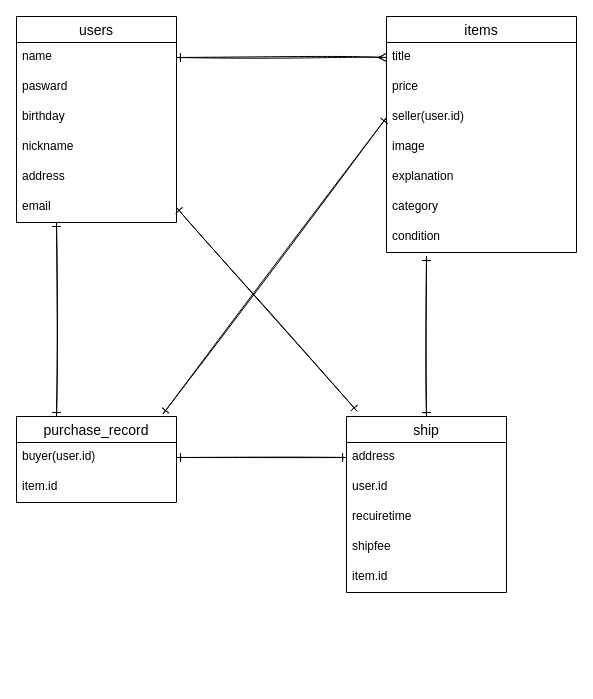
Earlier version of the draw.io diagram furima.dio (unitoro0903/furima-40427). Source tidied: cells renumbered, new cells numbered last; positions are measured from the earlier drawing's top-left corner, leaving out a move shared by most shapes. Both pictures are drawn from the tidied source at 100%, with x=0, y=0 at pixel (16, 16).
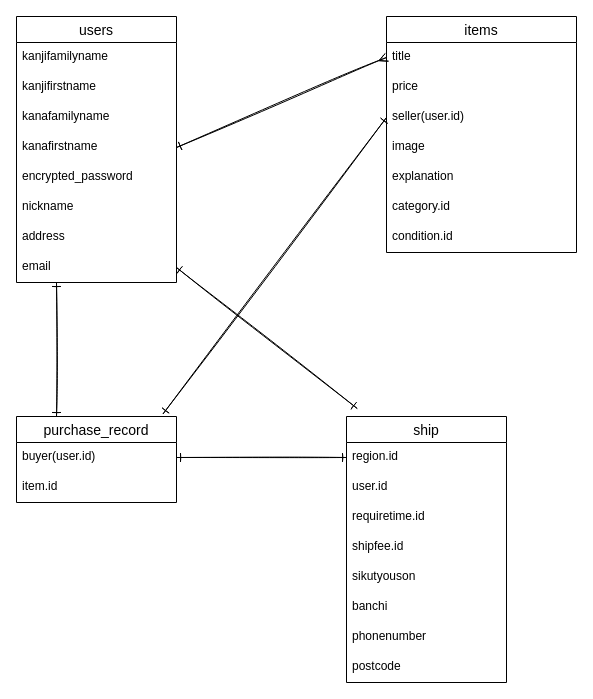
The same diagram, later.

The change refers to these unchanged cells:
```xml
<mxCell id="9" value="items" style="swimlane;fontStyle=0;horizontal=1;startSize=26;align=center;fontSize=14;strokeColor=default;" parent="1" vertex="1">
  <mxGeometry x="370" width="190" height="236" as="geometry" />
</mxCell>
```

What changed in the source:
```diff
@@
     <mxCell id="2" value="users" style="swimlane;fontStyle=0;horizontal=1;startSize=26;align=center;fontSize=14;strokeColor=default;" parent="1" vertex="1">
-      <mxGeometry width="160" height="206" as="geometry" />
+      <mxGeometry width="160" height="266" as="geometry" />
     </mxCell>
+    <mxCell id="32" value="kanjifamilyname" style="text;strokeColor=none;fillColor=none;spacingLeft=4;spacingRight=4;overflow=hidden;fontSize=12;" parent="2" vertex="1">
+      <mxGeometry y="26" width="160" height="30" as="geometry" />
+    </mxCell>
+    <mxCell id="33" value="kanjifirstname" style="text;strokeColor=none;fillColor=none;spacingLeft=4;spacingRight=4;overflow=hidden;fontSize=12;" parent="2" vertex="1">
+      <mxGeometry y="56" width="160" height="30" as="geometry" />
+    </mxCell>
+    <mxCell id="34" value="kanafamilyname" style="text;strokeColor=none;fillColor=none;spacingLeft=4;spacingRight=4;overflow=hidden;fontSize=12;" parent="2" vertex="1">
+      <mxGeometry y="86" width="160" height="30" as="geometry" />
+    </mxCell>
-    <mxCell id="3" value="name" style="text;strokeColor=none;fillColor=none;spacingLeft=4;spacingRight=4;overflow=hidden;points=[[0,0.5],[1,0.5]];portConstraint=eastwest;fontSize=12;" parent="2" vertex="1">
-      <mxGeometry y="26" width="160" height="30" as="geometry" />
+    <mxCell id="3" value="kanafirstname" style="text;strokeColor=none;fillColor=none;spacingLeft=4;spacingRight=4;overflow=hidden;points=[[0,0.5],[1,0.5]];portConstraint=eastwest;fontSize=12;" parent="2" vertex="1">
+      <mxGeometry y="116" width="160" height="30" as="geometry" />
     </mxCell>
-    <mxCell id="4" value="pasward" style="text;strokeColor=none;fillColor=none;spacingLeft=4;spacingRight=4;overflow=hidden;fontSize=12;" parent="2" vertex="1">
-      <mxGeometry y="56" width="160" height="30" as="geometry" />
-    </mxCell>
-    <mxCell id="5" value="birthday" style="text;strokeColor=none;fillColor=none;spacingLeft=4;spacingRight=4;overflow=hidden;fontSize=12;" parent="2" vertex="1">
-      <mxGeometry y="86" width="160" height="30" as="geometry" />
+    <mxCell id="5" value="encrypted_password" style="text;strokeColor=none;fillColor=none;spacingLeft=4;spacingRight=4;overflow=hidden;fontSize=12;" parent="2" vertex="1">
+      <mxGeometry y="146" width="160" height="30" as="geometry" />
     </mxCell>
     <mxCell id="6" value="nickname" style="text;strokeColor=none;fillColor=none;spacingLeft=4;spacingRight=4;overflow=hidden;fontSize=12;" parent="2" vertex="1">
-      <mxGeometry y="116" width="160" height="30" as="geometry" />
+      <mxGeometry y="176" width="160" height="30" as="geometry" />
     </mxCell>
     <mxCell id="7" value="address" style="text;strokeColor=none;fillColor=none;spacingLeft=4;spacingRight=4;overflow=hidden;fontSize=12;" parent="2" vertex="1">
-      <mxGeometry y="146" width="160" height="30" as="geometry" />
+      <mxGeometry y="206" width="160" height="30" as="geometry" />
     </mxCell>
     <mxCell id="8" value="email" style="text;strokeColor=none;fillColor=none;spacingLeft=4;spacingRight=4;overflow=hidden;points=[[0,0.5],[1,0.5]];portConstraint=eastwest;fontSize=12;" parent="2" vertex="1">
-      <mxGeometry y="176" width="160" height="30" as="geometry" />
+      <mxGeometry y="236" width="160" height="30" as="geometry" />
     </mxCell>
@@
-    <mxCell id="15" value="category" style="text;strokeColor=none;fillColor=none;spacingLeft=4;spacingRight=4;overflow=hidden;fontSize=12;" parent="9" vertex="1">
+    <mxCell id="15" value="category.id" style="text;strokeColor=none;fillColor=none;spacingLeft=4;spacingRight=4;overflow=hidden;fontSize=12;" parent="9" vertex="1">
       <mxGeometry y="176" width="190" height="30" as="geometry" />
     </mxCell>
-    <mxCell id="16" value="condition" style="text;strokeColor=none;fillColor=none;spacingLeft=4;spacingRight=4;overflow=hidden;fontSize=12;" parent="9" vertex="1">
+    <mxCell id="16" value="condition.id" style="text;strokeColor=none;fillColor=none;spacingLeft=4;spacingRight=4;overflow=hidden;fontSize=12;" parent="9" vertex="1">
       <mxGeometry y="206" width="190" height="30" as="geometry" />
     </mxCell>
@@
-    <mxCell id="21" style="edgeStyle=none;sketch=1;html=1;exitX=0.5;exitY=0;exitDx=0;exitDy=0;startArrow=ERone;startFill=0;endArrow=ERone;endFill=0;" parent="1" edge="1" source="22">
-      <mxGeometry relative="1" as="geometry">
-        <mxPoint x="410" y="240" as="targetPoint" />
-      </mxGeometry>
-    </mxCell>
     <mxCell id="22" value="ship" style="swimlane;fontStyle=0;horizontal=1;startSize=26;align=center;fontSize=14;strokeColor=default;" parent="1" vertex="1">
-      <mxGeometry x="330" y="400" width="160" height="176" as="geometry" />
+      <mxGeometry x="330" y="400" width="160" height="266" as="geometry" />
     </mxCell>
-    <mxCell id="23" value="address" style="text;strokeColor=none;fillColor=none;spacingLeft=4;spacingRight=4;overflow=hidden;points=[[0,0.5],[1,0.5]];portConstraint=eastwest;fontSize=12;" parent="22" vertex="1">
+    <mxCell id="23" value="region.id" style="text;strokeColor=none;fillColor=none;spacingLeft=4;spacingRight=4;overflow=hidden;points=[[0,0.5],[1,0.5]];portConstraint=eastwest;fontSize=12;" parent="22" vertex="1">
       <mxGeometry y="26" width="160" height="30" as="geometry" />
     </mxCell>
@@
-    <mxCell id="25" value="recuiretime" style="text;strokeColor=none;fillColor=none;spacingLeft=4;spacingRight=4;overflow=hidden;fontSize=12;" parent="22" vertex="1">
+    <mxCell id="25" value="requiretime.id" style="text;strokeColor=none;fillColor=none;spacingLeft=4;spacingRight=4;overflow=hidden;fontSize=12;" parent="22" vertex="1">
       <mxGeometry y="86" width="160" height="30" as="geometry" />
     </mxCell>
-    <mxCell id="26" value="shipfee" style="text;strokeColor=none;fillColor=none;spacingLeft=4;spacingRight=4;overflow=hidden;fontSize=12;" parent="22" vertex="1">
+    <mxCell id="26" value="shipfee.id" style="text;strokeColor=none;fillColor=none;spacingLeft=4;spacingRight=4;overflow=hidden;fontSize=12;" parent="22" vertex="1">
       <mxGeometry y="116" width="160" height="30" as="geometry" />
     </mxCell>
-    <mxCell id="27" value="item.id" style="text;strokeColor=none;fillColor=none;spacingLeft=4;spacingRight=4;overflow=hidden;fontSize=12;" parent="22" vertex="1">
+    <mxCell id="27" value="sikutyouson" style="text;strokeColor=none;fillColor=none;spacingLeft=4;spacingRight=4;overflow=hidden;fontSize=12;" parent="22" vertex="1">
       <mxGeometry y="146" width="160" height="30" as="geometry" />
     </mxCell>
+    <mxCell id="35" value="banchi" style="text;strokeColor=none;fillColor=none;spacingLeft=4;spacingRight=4;overflow=hidden;fontSize=12;" parent="22" vertex="1">
+      <mxGeometry y="176" width="160" height="30" as="geometry" />
+    </mxCell>
+    <mxCell id="36" value="phonenumber" style="text;strokeColor=none;fillColor=none;spacingLeft=4;spacingRight=4;overflow=hidden;fontSize=12;" parent="22" vertex="1">
+      <mxGeometry y="206" width="160" height="30" as="geometry" />
+    </mxCell>
+    <mxCell id="37" value="postcode" style="text;strokeColor=none;fillColor=none;spacingLeft=4;spacingRight=4;overflow=hidden;fontSize=12;" parent="22" vertex="1">
+      <mxGeometry y="236" width="160" height="30" as="geometry" />
+    </mxCell>
```
